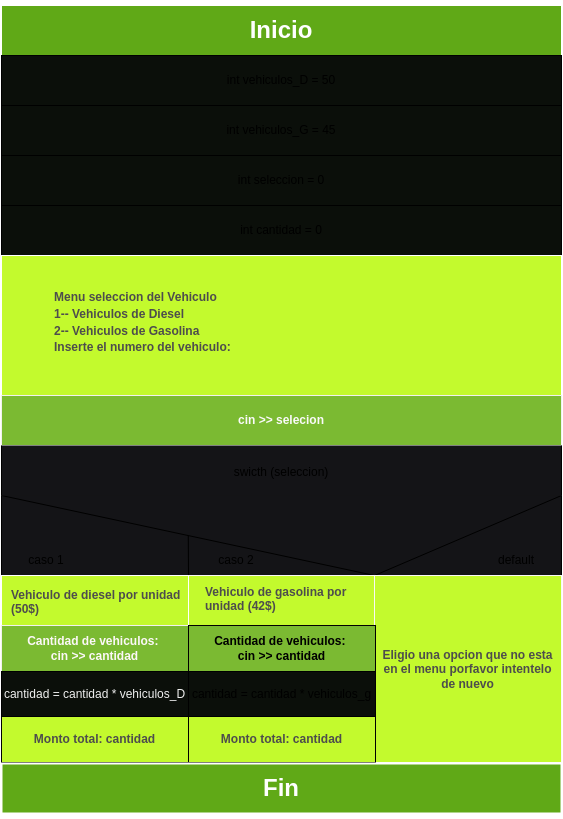
Before: caso1/diagrama_de_NS.drawio.png, a diagram exported from draw.io (raquelvalentina/cuatrimestre1proyectofinal). Source tidied: cells renumbered, new cells last; positions are measured from the earlier drawing's top-left corner, leaving out a move shared by most shapes.
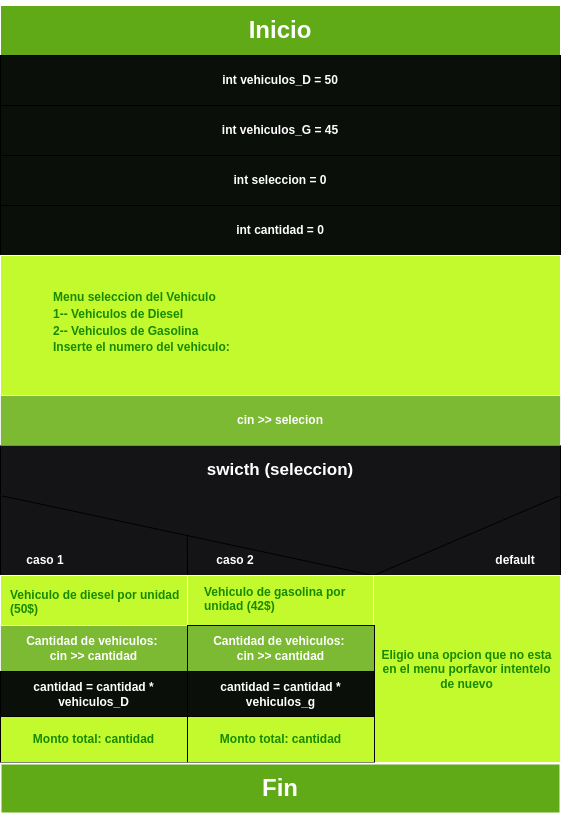
The same file after the commit.

Diff of the diagram source:
```diff
@@ -2,93 +2,93 @@
   <root>
     <mxCell id="0" />
     <mxCell id="1" parent="0" />
-    <mxCell id="2" style="rounded=0;whiteSpace=wrap;html=1;strokeWidth=0;fillColor=#141417;" parent="1" vertex="1">
+    <mxCell id="2" style="rounded=0;whiteSpace=wrap;html=1;strokeWidth=0;fillColor=#141417;fontColor=#FFFFFF;fontStyle=1;" parent="1" vertex="1">
       <mxGeometry y="480" width="560" height="90" as="geometry" />
     </mxCell>
     <mxCell id="3" value="&lt;h1&gt;Inicio&lt;/h1&gt;" style="rounded=0;whiteSpace=wrap;html=1;fillColor=#60a917;fontColor=#ffffff;strokeColor=#FFFFFF;" parent="1" vertex="1">
       <mxGeometry width="560" height="50" as="geometry" />
     </mxCell>
-    <mxCell id="4" value="int vehiculos_D = 50" style="rounded=0;whiteSpace=wrap;html=1;fillColor=#0B0F0A;" parent="1" vertex="1">
+    <mxCell id="4" value="int vehiculos_D = 50" style="rounded=0;whiteSpace=wrap;html=1;fillColor=#0B0F0A;fontColor=#FFFFFF;fontStyle=1;" parent="1" vertex="1">
       <mxGeometry y="50" width="560" height="50" as="geometry" />
     </mxCell>
-    <mxCell id="5" value="int vehiculos_G = 45" style="rounded=0;whiteSpace=wrap;html=1;fillColor=#0B0F0A;" parent="1" vertex="1">
+    <mxCell id="5" value="int vehiculos_G = 45" style="rounded=0;whiteSpace=wrap;html=1;fillColor=#0B0F0A;fontColor=#FFFFFF;fontStyle=1;" parent="1" vertex="1">
       <mxGeometry y="100" width="560" height="50" as="geometry" />
     </mxCell>
-    <mxCell id="6" value="int seleccion = 0" style="rounded=0;whiteSpace=wrap;html=1;fillColor=#0B0F0A;" parent="1" vertex="1">
+    <mxCell id="6" value="int seleccion = 0" style="rounded=0;whiteSpace=wrap;html=1;fillColor=#0B0F0A;fontColor=#FFFFFF;fontStyle=1;" parent="1" vertex="1">
       <mxGeometry y="150" width="560" height="50" as="geometry" />
     </mxCell>
-    <mxCell id="7" value="int cantidad = 0" style="rounded=0;whiteSpace=wrap;html=1;fillColor=#0B0F0A;" parent="1" vertex="1">
+    <mxCell id="7" value="int cantidad = 0" style="rounded=0;whiteSpace=wrap;html=1;fillColor=#0B0F0A;fontColor=#FFFFFF;fontStyle=1;" parent="1" vertex="1">
       <mxGeometry y="200" width="560" height="50" as="geometry" />
     </mxCell>
-    <mxCell id="8" value="&lt;h4 style=&quot;line-height: 16.8px;&quot;&gt;&lt;font color=&quot;#4d4d4d&quot;&gt;Menu seleccion del Vehiculo&lt;br&gt;&lt;/font&gt;&lt;font color=&quot;#4d4d4d&quot;&gt;1-- Vehiculos de Diesel&lt;br&gt;&lt;/font&gt;&lt;font color=&quot;#4d4d4d&quot;&gt;2-- Vehiculos de Gasolina&lt;br&gt;&lt;/font&gt;&lt;font color=&quot;#4d4d4d&quot;&gt;Inserte el numero del vehiculo:&amp;nbsp;&lt;/font&gt;&lt;/h4&gt;" style="rounded=0;whiteSpace=wrap;html=1;verticalAlign=top;align=left;spacingLeft=51;fillColor=#C3FA2D;strokeColor=#FFFFFF;fontColor=#333333;spacingTop=11;" parent="1" vertex="1">
+    <mxCell id="8" value="&lt;h4 style=&quot;line-height: 16.8px;&quot;&gt;&lt;font color=&quot;#178a00&quot;&gt;&lt;font&gt;Menu seleccion del Vehiculo&lt;br&gt;&lt;/font&gt;&lt;font&gt;1-- Vehiculos de Diesel&lt;br&gt;&lt;/font&gt;&lt;font&gt;2-- Vehiculos de Gasolina&lt;br&gt;&lt;/font&gt;&lt;font&gt;Inserte el numero del vehiculo:&amp;nbsp;&lt;/font&gt;&lt;/font&gt;&lt;/h4&gt;" style="rounded=0;whiteSpace=wrap;html=1;verticalAlign=top;align=left;spacingLeft=51;fillColor=#C3FA2D;strokeColor=#FFFFFF;fontColor=#FFFFFF;spacingTop=11;fontStyle=1;" parent="1" vertex="1">
       <mxGeometry y="250" width="560" height="140" as="geometry" />
     </mxCell>
-    <mxCell id="9" value="&lt;h4&gt;&lt;font&gt;cin &amp;gt;&amp;gt; selecion&lt;/font&gt;&lt;/h4&gt;" style="rounded=0;whiteSpace=wrap;html=1;fillColor=#7BBA32;strokeColor=#F0F0F0;fillStyle=solid;fontColor=#FAFAFA;" parent="1" vertex="1">
+    <mxCell id="9" value="&lt;h4&gt;&lt;font&gt;cin &amp;gt;&amp;gt; selecion&lt;/font&gt;&lt;/h4&gt;" style="rounded=0;whiteSpace=wrap;html=1;fillColor=#7BBA32;strokeColor=#F0F0F0;fillStyle=solid;fontColor=#FFFFFF;fontStyle=1;" parent="1" vertex="1">
       <mxGeometry y="390" width="560" height="50" as="geometry" />
     </mxCell>
-    <mxCell id="10" style="edgeStyle=none;html=1;exitX=0;exitY=1;exitDx=0;exitDy=0;endArrow=none;endFill=0;entryX=1;entryY=0;entryDx=0;entryDy=0;" parent="1" edge="1" source="12" target="13">
+    <mxCell id="10" style="edgeStyle=none;html=1;exitX=0;exitY=1;exitDx=0;exitDy=0;endArrow=none;endFill=0;entryX=1;entryY=0;entryDx=0;entryDy=0;fontColor=#FFFFFF;fontStyle=1;" parent="1" edge="1" source="12" target="13">
       <mxGeometry relative="1" as="geometry" />
     </mxCell>
-    <mxCell id="11" style="edgeStyle=none;html=1;exitX=1;exitY=1;exitDx=0;exitDy=0;endArrow=none;endFill=0;entryX=1;entryY=0;entryDx=0;entryDy=0;" parent="1" edge="1" source="12" target="13">
+    <mxCell id="11" style="edgeStyle=none;html=1;exitX=1;exitY=1;exitDx=0;exitDy=0;endArrow=none;endFill=0;entryX=1;entryY=0;entryDx=0;entryDy=0;fontColor=#FFFFFF;fontStyle=1;" parent="1" edge="1" source="12" target="13">
       <mxGeometry relative="1" as="geometry" />
     </mxCell>
-    <mxCell id="12" value="&lt;span style=&quot;font-size: 12px;&quot;&gt;swicth (seleccion)&lt;/span&gt;" style="rounded=0;whiteSpace=wrap;html=1;strokeWidth=1;strokeColor=none;fontSize=16;align=center;fillColor=#141417;" parent="1" vertex="1">
+    <mxCell id="12" value="&lt;span style=&quot;font-size: 17px;&quot;&gt;swicth (seleccion)&lt;/span&gt;" style="rounded=0;whiteSpace=wrap;html=1;strokeWidth=1;strokeColor=none;fontSize=17;align=center;fillColor=#141417;fontColor=#FFFFFF;fontStyle=1;" parent="1" vertex="1">
       <mxGeometry y="440" width="560" height="50" as="geometry" />
     </mxCell>
-    <mxCell id="13" value="&lt;h4&gt;Vehiculo de gasolina por unidad (42$)&lt;/h4&gt;" style="whiteSpace=wrap;html=1;strokeWidth=1;align=left;verticalAlign=top;spacingLeft=16;spacingTop=-13;fillColor=#C3FA2D;strokeColor=#FAF8F5;fontColor=#4D4D4D;" parent="1" vertex="1">
+    <mxCell id="13" value="&lt;h4&gt;Vehiculo de gasolina por unidad (42$)&lt;/h4&gt;" style="whiteSpace=wrap;html=1;strokeWidth=1;align=left;verticalAlign=top;spacingLeft=16;spacingTop=-13;fillColor=#C3FA2D;strokeColor=#FAF8F5;fontColor=#178A00;fontStyle=1;" parent="1" vertex="1">
       <mxGeometry x="186" y="570" width="187" height="187" as="geometry" />
     </mxCell>
-    <mxCell id="14" style="edgeStyle=none;html=1;exitX=1;exitY=0;exitDx=0;exitDy=0;entryX=1;entryY=1;entryDx=0;entryDy=0;endArrow=none;endFill=0;" parent="1" edge="1" source="15" target="12">
+    <mxCell id="14" style="edgeStyle=none;html=1;exitX=1;exitY=0;exitDx=0;exitDy=0;entryX=1;entryY=1;entryDx=0;entryDy=0;endArrow=none;endFill=0;fontColor=#FFFFFF;fontStyle=1;" parent="1" edge="1" source="15" target="12">
       <mxGeometry relative="1" as="geometry" />
     </mxCell>
-    <mxCell id="15" value="&lt;h4&gt;&lt;span style=&quot;font-family: Helvetica; font-size: 12px; font-style: normal; font-variant-ligatures: normal; font-variant-caps: normal; letter-spacing: normal; orphans: 2; text-align: center; text-indent: 0px; text-transform: none; widows: 2; word-spacing: 0px; -webkit-text-stroke-width: 0px; text-decoration-thickness: initial; text-decoration-style: initial; text-decoration-color: initial; float: none; display: inline !important;&quot;&gt;Eligio una opcion que no esta en el menu porfavor intentelo de nuevo&lt;/span&gt;&lt;/h4&gt;" style="whiteSpace=wrap;html=1;strokeWidth=1;labelBackgroundColor=none;fillColor=#C3FA2D;strokeColor=#FAF8F5;fontColor=#4D4D4D;" parent="1" vertex="1">
+    <mxCell id="15" value="&lt;h4&gt;&lt;span style=&quot;font-family: Helvetica; font-size: 12px; font-style: normal; font-variant-ligatures: normal; font-variant-caps: normal; letter-spacing: normal; orphans: 2; text-align: center; text-indent: 0px; text-transform: none; widows: 2; word-spacing: 0px; -webkit-text-stroke-width: 0px; text-decoration-thickness: initial; text-decoration-style: initial; text-decoration-color: initial; float: none; display: inline !important;&quot;&gt;Eligio una opcion que no esta en el menu porfavor intentelo de nuevo&lt;/span&gt;&lt;/h4&gt;" style="whiteSpace=wrap;html=1;strokeWidth=1;labelBackgroundColor=none;fillColor=#C3FA2D;strokeColor=#FAF8F5;fontColor=#178A00;fontStyle=1;" parent="1" vertex="1">
       <mxGeometry x="373" y="570" width="187" height="187" as="geometry" />
     </mxCell>
-    <mxCell id="16" style="edgeStyle=none;html=1;exitX=0;exitY=0;exitDx=0;exitDy=0;entryX=0;entryY=1;entryDx=0;entryDy=0;endArrow=none;endFill=0;" parent="1" edge="1" source="18" target="12">
+    <mxCell id="16" style="edgeStyle=none;html=1;exitX=0;exitY=0;exitDx=0;exitDy=0;entryX=0;entryY=1;entryDx=0;entryDy=0;endArrow=none;endFill=0;fontColor=#FFFFFF;fontStyle=1;" parent="1" edge="1" source="18" target="12">
       <mxGeometry relative="1" as="geometry" />
     </mxCell>
-    <mxCell id="17" style="edgeStyle=none;html=1;exitX=1;exitY=0;exitDx=0;exitDy=0;endArrow=none;endFill=0;" parent="1" edge="1" source="18">
+    <mxCell id="17" style="edgeStyle=none;html=1;exitX=1;exitY=0;exitDx=0;exitDy=0;endArrow=none;endFill=0;fontColor=#FFFFFF;fontStyle=1;" parent="1" edge="1" source="18">
       <mxGeometry relative="1" as="geometry">
         <mxPoint x="186.8" y="530" as="targetPoint" />
       </mxGeometry>
     </mxCell>
-    <mxCell id="18" value="&lt;h4&gt;&lt;span style=&quot;font-family: Helvetica; font-size: 12px; font-style: normal; font-variant-ligatures: normal; font-variant-caps: normal; letter-spacing: normal; orphans: 2; text-indent: 0px; text-transform: none; widows: 2; word-spacing: 0px; -webkit-text-stroke-width: 0px; text-decoration-thickness: initial; text-decoration-style: initial; text-decoration-color: initial; float: none; display: inline !important;&quot;&gt;&lt;font style=&quot;&quot; color=&quot;#4d4d4d&quot;&gt;Vehiculo de diesel por unidad (50$)&lt;/font&gt;&lt;/span&gt;&lt;/h4&gt;" style="whiteSpace=wrap;html=1;strokeWidth=1;verticalAlign=top;align=left;spacingLeft=8;spacingTop=-10;fillColor=#C3FA2D;strokeColor=#ffffff;fontColor=#4d4d07;labelBackgroundColor=none;labelBorderColor=none;" parent="1" vertex="1">
+    <mxCell id="18" value="&lt;h4&gt;&lt;span style=&quot;font-family: Helvetica; font-size: 12px; font-style: normal; font-variant-ligatures: normal; font-variant-caps: normal; letter-spacing: normal; orphans: 2; text-indent: 0px; text-transform: none; widows: 2; word-spacing: 0px; -webkit-text-stroke-width: 0px; text-decoration-thickness: initial; text-decoration-style: initial; text-decoration-color: initial; float: none; display: inline !important;&quot;&gt;&lt;font style=&quot;&quot;&gt;Vehiculo de diesel por unidad (50$)&lt;/font&gt;&lt;/span&gt;&lt;/h4&gt;" style="whiteSpace=wrap;html=1;strokeWidth=1;verticalAlign=top;align=left;spacingLeft=8;spacingTop=-10;fillColor=#C3FA2D;strokeColor=#ffffff;fontColor=#178A00;labelBackgroundColor=none;labelBorderColor=none;fontStyle=1;" parent="1" vertex="1">
       <mxGeometry y="570" width="187" height="187" as="geometry" />
     </mxCell>
-    <mxCell id="19" value="caso 1" style="text;html=1;strokeColor=none;fillColor=none;align=center;verticalAlign=middle;whiteSpace=wrap;rounded=0;strokeWidth=1;" parent="1" vertex="1">
+    <mxCell id="19" value="caso 1" style="text;html=1;strokeColor=none;fillColor=none;align=center;verticalAlign=middle;whiteSpace=wrap;rounded=0;strokeWidth=1;fontColor=#FFFFFF;fontStyle=1;" parent="1" vertex="1">
       <mxGeometry x="15" y="540" width="60" height="30" as="geometry" />
     </mxCell>
-    <mxCell id="20" value="caso 2" style="text;html=1;strokeColor=none;fillColor=none;align=center;verticalAlign=middle;whiteSpace=wrap;rounded=0;strokeWidth=1;" parent="1" vertex="1">
+    <mxCell id="20" value="caso 2" style="text;html=1;strokeColor=none;fillColor=none;align=center;verticalAlign=middle;whiteSpace=wrap;rounded=0;strokeWidth=1;fontColor=#FFFFFF;fontStyle=1;" parent="1" vertex="1">
       <mxGeometry x="205" y="540" width="60" height="30" as="geometry" />
     </mxCell>
-    <mxCell id="21" value="default" style="text;html=1;strokeColor=none;fillColor=none;align=center;verticalAlign=middle;whiteSpace=wrap;rounded=0;strokeWidth=1;" parent="1" vertex="1">
+    <mxCell id="21" value="default" style="text;html=1;strokeColor=none;fillColor=none;align=center;verticalAlign=middle;whiteSpace=wrap;rounded=0;strokeWidth=1;fontColor=#FFFFFF;fontStyle=1;" parent="1" vertex="1">
       <mxGeometry x="485" y="540" width="60" height="30" as="geometry" />
     </mxCell>
-    <mxCell id="22" style="edgeStyle=none;html=1;exitX=0;exitY=0;exitDx=0;exitDy=0;entryX=0;entryY=1;entryDx=0;entryDy=0;endArrow=none;endFill=0;" parent="1" edge="1" source="12" target="12">
+    <mxCell id="22" style="edgeStyle=none;html=1;exitX=0;exitY=0;exitDx=0;exitDy=0;entryX=0;entryY=1;entryDx=0;entryDy=0;endArrow=none;endFill=0;fontColor=#FFFFFF;fontStyle=1;" parent="1" edge="1" source="12" target="12">
       <mxGeometry relative="1" as="geometry" />
     </mxCell>
-    <mxCell id="23" style="edgeStyle=none;html=1;exitX=1;exitY=0;exitDx=0;exitDy=0;entryX=1;entryY=1;entryDx=0;entryDy=0;endArrow=none;endFill=0;" parent="1" edge="1" source="12" target="12">
+    <mxCell id="23" style="edgeStyle=none;html=1;exitX=1;exitY=0;exitDx=0;exitDy=0;entryX=1;entryY=1;entryDx=0;entryDy=0;endArrow=none;endFill=0;fontColor=#FFFFFF;fontStyle=1;" parent="1" edge="1" source="12" target="12">
       <mxGeometry relative="1" as="geometry" />
     </mxCell>
-    <mxCell id="24" value="&lt;h4&gt;&lt;font color=&quot;#fcf8f8&quot;&gt;&lt;span style=&quot;font-family: Helvetica; font-size: 12px; font-style: normal; font-variant-ligatures: normal; font-variant-caps: normal; letter-spacing: normal; orphans: 2; text-align: center; text-indent: 0px; text-transform: none; widows: 2; word-spacing: 0px; -webkit-text-stroke-width: 0px; text-decoration-thickness: initial; text-decoration-style: initial; text-decoration-color: initial; float: none; display: inline !important;&quot;&gt;Cantidad de vehiculos:&amp;nbsp;&lt;br&gt;&lt;/span&gt;&lt;span style=&quot;font-family: Helvetica; font-size: 12px; font-style: normal; font-variant-ligatures: normal; font-variant-caps: normal; letter-spacing: normal; orphans: 2; text-align: center; text-indent: 0px; text-transform: none; widows: 2; word-spacing: 0px; -webkit-text-stroke-width: 0px; text-decoration-thickness: initial; text-decoration-style: initial; text-decoration-color: initial; float: none; display: inline !important;&quot;&gt;cin &amp;gt;&amp;gt; cantidad&lt;/span&gt;&lt;/font&gt;&lt;/h4&gt;" style="rounded=0;whiteSpace=wrap;html=1;strokeWidth=1;labelBackgroundColor=none;fillColor=#7BBA32;strokeColor=#F0F0F0;" parent="1" vertex="1">
+    <mxCell id="24" value="&lt;h4&gt;&lt;font&gt;&lt;span style=&quot;font-family: Helvetica; font-size: 12px; font-style: normal; font-variant-ligatures: normal; font-variant-caps: normal; letter-spacing: normal; orphans: 2; text-align: center; text-indent: 0px; text-transform: none; widows: 2; word-spacing: 0px; -webkit-text-stroke-width: 0px; text-decoration-thickness: initial; text-decoration-style: initial; text-decoration-color: initial; float: none; display: inline !important;&quot;&gt;Cantidad de vehiculos:&amp;nbsp;&lt;br&gt;&lt;/span&gt;&lt;span style=&quot;font-family: Helvetica; font-size: 12px; font-style: normal; font-variant-ligatures: normal; font-variant-caps: normal; letter-spacing: normal; orphans: 2; text-align: center; text-indent: 0px; text-transform: none; widows: 2; word-spacing: 0px; -webkit-text-stroke-width: 0px; text-decoration-thickness: initial; text-decoration-style: initial; text-decoration-color: initial; float: none; display: inline !important;&quot;&gt;cin &amp;gt;&amp;gt; cantidad&lt;/span&gt;&lt;/font&gt;&lt;/h4&gt;" style="rounded=0;whiteSpace=wrap;html=1;strokeWidth=1;labelBackgroundColor=none;fillColor=#7BBA32;strokeColor=#F0F0F0;fontColor=#FFFFFF;fontStyle=1;" parent="1" vertex="1">
       <mxGeometry y="620" width="187" height="46" as="geometry" />
     </mxCell>
-    <mxCell id="25" value="&lt;span style=&quot;color: rgb(240, 240, 240); font-family: Helvetica; font-size: 12px; font-style: normal; font-variant-ligatures: normal; font-variant-caps: normal; font-weight: 400; letter-spacing: normal; orphans: 2; text-align: center; text-indent: 0px; text-transform: none; widows: 2; word-spacing: 0px; -webkit-text-stroke-width: 0px; text-decoration-thickness: initial; text-decoration-style: initial; text-decoration-color: initial; float: none; display: inline !important;&quot;&gt;cantidad = cantidad * vehiculos_D&lt;/span&gt;" style="rounded=0;whiteSpace=wrap;html=1;strokeWidth=1;fillColor=#0B0F0A;labelBackgroundColor=none;" parent="1" vertex="1">
+    <mxCell id="25" value="&lt;span style=&quot;font-family: Helvetica; font-size: 12px; font-style: normal; font-variant-ligatures: normal; font-variant-caps: normal; letter-spacing: normal; orphans: 2; text-align: center; text-indent: 0px; text-transform: none; widows: 2; word-spacing: 0px; -webkit-text-stroke-width: 0px; text-decoration-thickness: initial; text-decoration-style: initial; text-decoration-color: initial; float: none; display: inline !important;&quot;&gt;cantidad = cantidad * vehiculos_D&lt;/span&gt;" style="rounded=0;whiteSpace=wrap;html=1;strokeWidth=1;fillColor=#0B0F0A;labelBackgroundColor=none;fontColor=#FFFFFF;fontStyle=1;" parent="1" vertex="1">
       <mxGeometry y="666" width="187" height="46" as="geometry" />
     </mxCell>
-    <mxCell id="26" value="&lt;h4&gt;Cantidad de vehiculos:&amp;nbsp;&lt;br&gt;cin &amp;gt;&amp;gt; cantidad&lt;/h4&gt;" style="rounded=0;whiteSpace=wrap;html=1;strokeWidth=1;fillColor=#7BBA32;fontStyle=0;" parent="1" vertex="1">
+    <mxCell id="26" value="&lt;h4&gt;Cantidad de vehiculos:&amp;nbsp;&lt;br&gt;cin &amp;gt;&amp;gt; cantidad&lt;/h4&gt;" style="rounded=0;whiteSpace=wrap;html=1;strokeWidth=1;fillColor=#7BBA32;fontStyle=1;fontColor=#FFFFFF;" parent="1" vertex="1">
       <mxGeometry x="187" y="620" width="187" height="46" as="geometry" />
     </mxCell>
-    <mxCell id="27" value="cantidad = cantidad * vehiculos_g" style="rounded=0;whiteSpace=wrap;html=1;strokeWidth=1;fillColor=#0B0F0A;" parent="1" vertex="1">
+    <mxCell id="27" value="cantidad = cantidad * vehiculos_g" style="rounded=0;whiteSpace=wrap;html=1;strokeWidth=1;fillColor=#0B0F0A;fontColor=#FFFFFF;fontStyle=1;" parent="1" vertex="1">
       <mxGeometry x="187" y="666" width="187" height="46" as="geometry" />
     </mxCell>
-    <mxCell id="28" value="&lt;h4&gt;&lt;span style=&quot;font-family: Helvetica; font-size: 12px; font-style: normal; font-variant-ligatures: normal; font-variant-caps: normal; letter-spacing: normal; orphans: 2; text-align: center; text-indent: 0px; text-transform: none; widows: 2; word-spacing: 0px; -webkit-text-stroke-width: 0px; text-decoration-thickness: initial; text-decoration-style: initial; text-decoration-color: initial; float: none; display: inline !important;&quot;&gt;&lt;font style=&quot;&quot; color=&quot;#4d4d4d&quot;&gt;Monto total: cantidad&lt;/font&gt;&lt;/span&gt;&lt;/h4&gt;" style="rounded=0;whiteSpace=wrap;html=1;strokeWidth=1;fillColor=#C3FA2D;labelBackgroundColor=none;" parent="1" vertex="1">
+    <mxCell id="28" value="&lt;h4&gt;&lt;span style=&quot;font-family: Helvetica; font-size: 12px; font-style: normal; font-variant-ligatures: normal; font-variant-caps: normal; letter-spacing: normal; orphans: 2; text-align: center; text-indent: 0px; text-transform: none; widows: 2; word-spacing: 0px; -webkit-text-stroke-width: 0px; text-decoration-thickness: initial; text-decoration-style: initial; text-decoration-color: initial; float: none; display: inline !important;&quot;&gt;&lt;font style=&quot;&quot;&gt;Monto total: cantidad&lt;/font&gt;&lt;/span&gt;&lt;/h4&gt;" style="rounded=0;whiteSpace=wrap;html=1;strokeWidth=1;fillColor=#C3FA2D;labelBackgroundColor=none;fontColor=#178A00;fontStyle=1;" parent="1" vertex="1">
       <mxGeometry y="711" width="187" height="46" as="geometry" />
     </mxCell>
-    <mxCell id="29" value="&lt;h4&gt;Monto total: cantidad&lt;/h4&gt;" style="rounded=0;whiteSpace=wrap;html=1;strokeWidth=1;fillColor=#C3FA2D;fontColor=#4D4D4D;" parent="1" vertex="1">
+    <mxCell id="29" value="&lt;h4&gt;Monto total: cantidad&lt;/h4&gt;" style="rounded=0;whiteSpace=wrap;html=1;strokeWidth=1;fillColor=#C3FA2D;fontColor=#178A00;fontStyle=1;" parent="1" vertex="1">
       <mxGeometry x="187" y="711" width="187" height="46" as="geometry" />
     </mxCell>
-    <mxCell id="30" value="&lt;h1&gt;Fin&lt;/h1&gt;" style="rounded=0;whiteSpace=wrap;html=1;strokeWidth=2;fillColor=#60a917;fontColor=#ffffff;strokeColor=#FFFFFF;" parent="1" vertex="1">
+    <mxCell id="30" value="&lt;h1&gt;Fin&lt;/h1&gt;" style="rounded=0;whiteSpace=wrap;html=1;strokeWidth=2;fillColor=#60a917;fontColor=#FFFFFF;strokeColor=#FFFFFF;fontStyle=1;" parent="1" vertex="1">
       <mxGeometry y="758" width="560" height="50" as="geometry" />
     </mxCell>
   </root>
```
